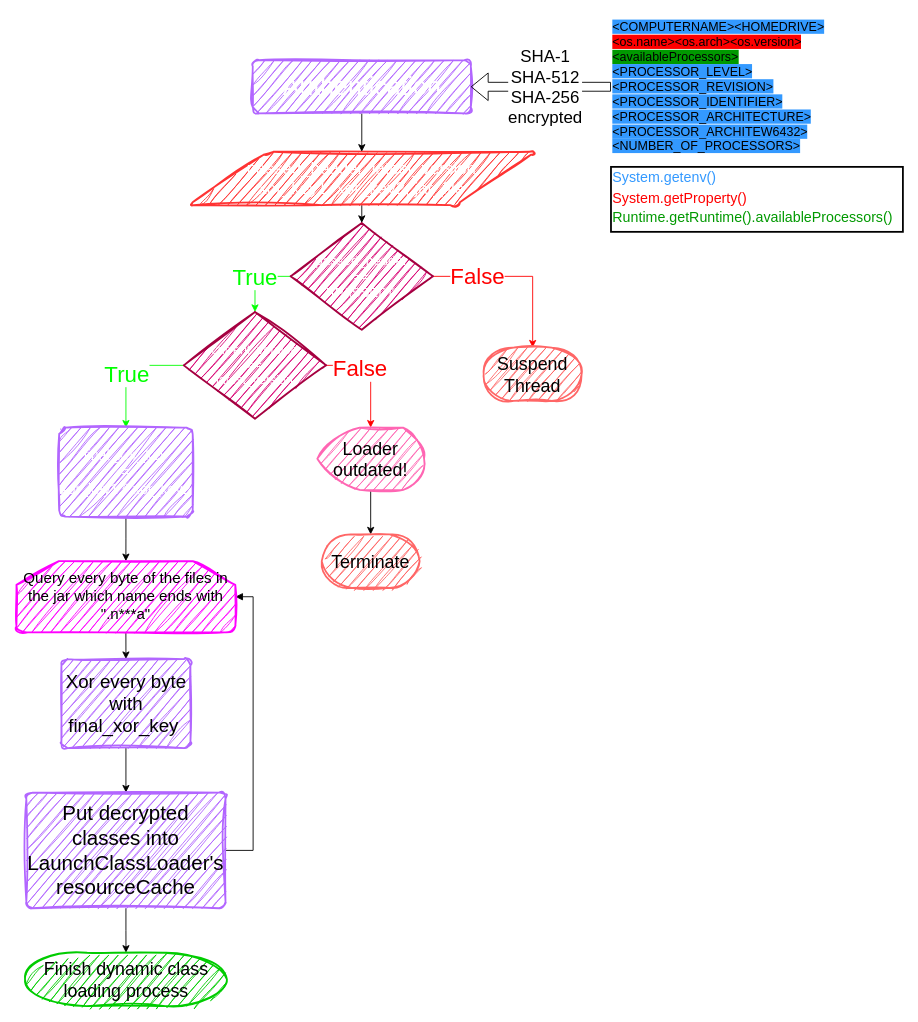
Above: assets/eloader034-p3/decryption.drawio in CakeSlayers/CakeSlayers.github.io (draw.io), before the change. Source tidied: cells renumbered, new cells numbered last; positions are measured from the earlier drawing's top-left corner, leaving out a move shared by most shapes. Both pictures are drawn from the tidied source at 89%, with x=0, y=0 at pixel (16, 15).
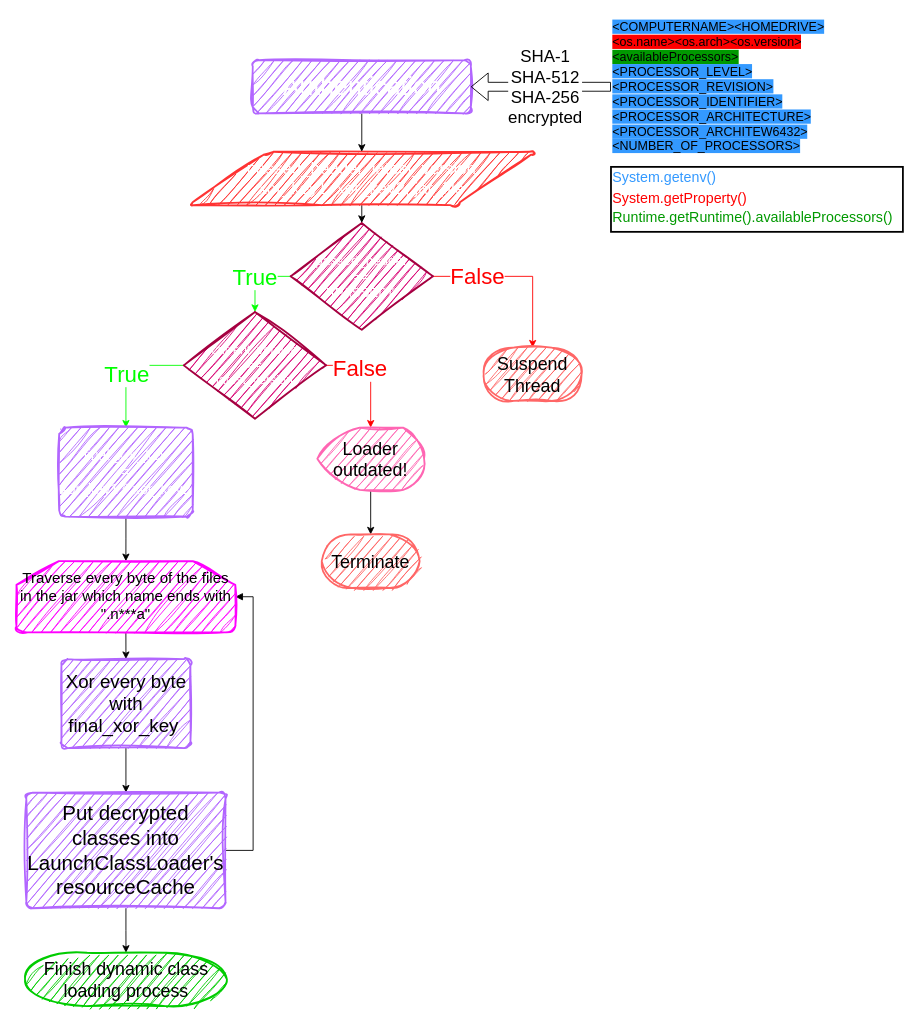
The same diagram, later.

Change to the diagram source:
```diff
@@
-    <mxCell id="17" value="Query every byte of the files in the jar which name ends with &quot;.n***a&quot;" style="strokeWidth=2;html=1;shape=mxgraph.flowchart.loop_limit;whiteSpace=wrap;fillColor=#FF00FF;sketch=1;curveFitting=1;jiggle=2;strokeColor=#FF00FF;fontSize=17;" parent="1" vertex="1">
+    <mxCell id="17" value="Traverse&amp;nbsp;every byte of the files in the jar which name ends with &quot;.n***a&quot;" style="strokeWidth=2;html=1;shape=mxgraph.flowchart.loop_limit;whiteSpace=wrap;fillColor=#FF00FF;sketch=1;curveFitting=1;jiggle=2;strokeColor=#FF00FF;fontSize=17;" parent="1" vertex="1">
       <mxGeometry y="613" width="245.9" height="80" as="geometry" />
     </mxCell>
```
